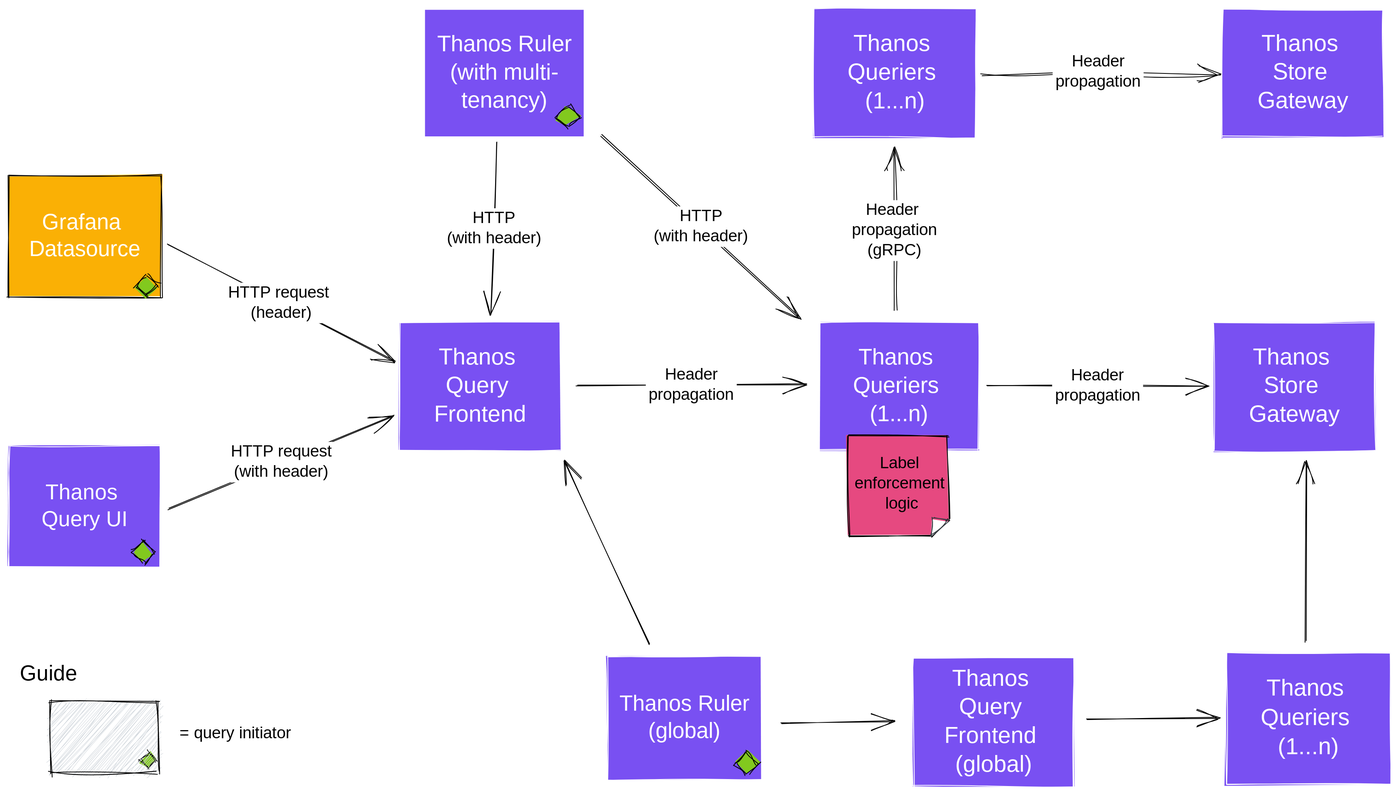
Above: docs/img/query-path-tenancy-proposal-diagram.svg in thanos-io/thanos (Excalidraw), before the change. Source tidied: one line per element, renumbered; positions are measured from the earlier drawing's top-left corner, leaving out a move shared by most shapes.
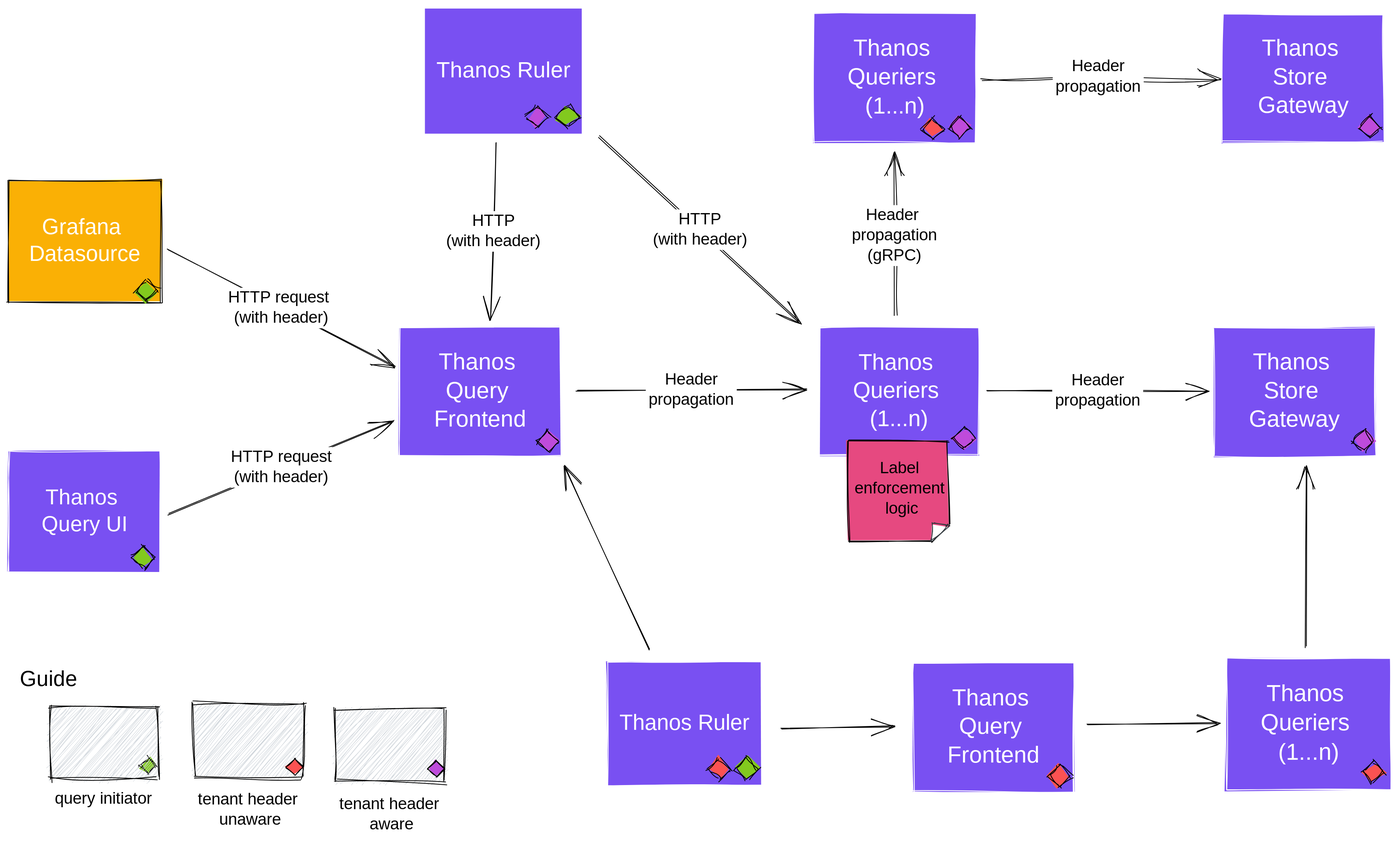
After the change.

Change to the diagram source:
```diff
@@ -9,45 +9,61 @@
 {"id": 8, "type": "rectangle", "strokeColor": "#fff", "backgroundColor": "#7950f2", "fillStyle": "solid", "strokeWidth": 1, "roughness": 1, "x": 1487, "y": 387, "width": 199, "height": 159}
 {"id": 9, "type": "text", "text": "Thanos \nStore \nGateway", "strokeColor": "#fff", "strokeWidth": 1, "roughness": 1, "fontSize": 28.22, "fontFamily": 1, "textAlign": "center", "verticalAlign": "middle", "inside": 8, "x": 1525, "y": 414, "width": 122, "height": 106}
 {"id": 10, "type": "arrow", "strokeColor": "#000000", "strokeWidth": 1, "roughness": 1, "endArrowhead": "arrow", "round": true, "from": 2, "to": 6, "x": 196, "y": 292, "width": 280, "height": 144, "points": [[0, 0], [280, 144]]}
-{"id": 11, "type": "text", "text": "HTTP request \n(header)", "strokeColor": "#000000", "strokeWidth": 1, "roughness": 1, "fontSize": 20, "fontFamily": 1, "textAlign": "center", "verticalAlign": "middle", "inside": 10, "x": 261, "y": 339, "width": 151, "height": 50}
+{"id": 11, "type": "text", "text": "HTTP request \n(with header)", "strokeColor": "#000000", "strokeWidth": 1, "roughness": 1, "fontSize": 20, "fontFamily": 1, "textAlign": "center", "verticalAlign": "middle", "inside": 10, "x": 261, "y": 339, "width": 151, "height": 50}
 {"id": 12, "type": "arrow", "strokeColor": "#000000", "strokeWidth": 1, "roughness": 1, "endArrowhead": "arrow", "round": true, "from": 4, "to": 6, "x": 198, "y": 618, "width": 278, "height": 116, "points": [[0, 0], [278, -116]]}
 {"id": 13, "type": "text", "text": "HTTP request\n(with header)", "strokeColor": "#000000", "strokeWidth": 1, "roughness": 1, "fontSize": 20, "fontFamily": 1, "textAlign": "center", "verticalAlign": "middle", "inside": 12, "x": 266, "y": 535, "width": 141, "height": 50}
-{"id": 14, "type": "rectangle", "strokeColor": "#fff", "backgroundColor": "#7950f2", "fillStyle": "solid", "strokeWidth": 1, "roughness": 0, "x": 514, "y": 2, "width": 197, "height": 157}
-{"id": 15, "type": "text", "text": "Thanos Ruler\n(with multi-\ntenancy)", "strokeColor": "#fff", "strokeWidth": 1, "roughness": 1, "fontSize": 27.87, "fontFamily": 1, "textAlign": "center", "verticalAlign": "middle", "inside": 14, "x": 521, "y": 28, "width": 182, "height": 105}
-{"id": 16, "type": "arrow", "strokeColor": "#000000", "backgroundColor": "#7950f2", "fillStyle": "hachure", "strokeWidth": 1, "roughness": 1, "endArrowhead": "arrow", "round": true, "from": 14, "to": 0, "x": 732, "y": 157, "width": 246, "height": 226, "points": [[0, 0], [246, 226]]}
+{"id": 16, "type": "arrow", "strokeColor": "#000000", "backgroundColor": "#7950f2", "fillStyle": "hachure", "strokeWidth": 1, "roughness": 1, "endArrowhead": "arrow", "round": true, "from": 14, "to": 0, "x": 729, "y": 152, "width": 249, "height": 230, "points": [[0, 0], [249, 230]]}
-{"id": 17, "type": "text", "text": "HTTP\n(with header)", "strokeColor": "#000000", "strokeWidth": 1, "roughness": 1, "fontSize": 20, "fontFamily": 1, "textAlign": "center", "verticalAlign": "middle", "inside": 16, "x": 920, "y": 249, "width": 128, "height": 50}
+{"id": 17, "type": "text", "text": "HTTP\n(with header)", "strokeColor": "#000000", "strokeWidth": 1, "roughness": 1, "fontSize": 20, "fontFamily": 1, "textAlign": "center", "verticalAlign": "middle", "inside": 16, "x": 790, "y": 245, "width": 128, "height": 50}
-{"id": 18, "type": "rectangle", "strokeColor": "#fff", "backgroundColor": "#7950f2", "fillStyle": "solid", "strokeWidth": 1, "roughness": 1, "x": 1116, "y": 802, "width": 199, "height": 159}
+{"id": 18, "type": "rectangle", "strokeColor": "#fff", "backgroundColor": "#7950f2", "fillStyle": "solid", "strokeWidth": 1, "roughness": 1, "x": 1116, "y": 801, "width": 199, "height": 159}
-{"id": 19, "type": "text", "text": "Thanos \nQuery \nFrontend \n(global)", "strokeColor": "#fff", "strokeWidth": 1, "roughness": 1, "fontSize": 28.25, "fontFamily": 1, "textAlign": "center", "verticalAlign": "middle", "inside": 18, "x": 1149, "y": 810, "width": 132, "height": 141}
+{"id": 19, "type": "text", "text": "Thanos \nQuery \nFrontend", "strokeColor": "#fff", "strokeWidth": 1, "roughness": 1, "fontSize": 28.25, "fontFamily": 1, "textAlign": "center", "verticalAlign": "middle", "inside": 18, "x": 1156, "y": 828, "width": 118, "height": 106}
 {"id": 20, "type": "rectangle", "strokeColor": "#fff", "backgroundColor": "#7950f2", "fillStyle": "solid", "strokeWidth": 1, "roughness": 1, "x": 739, "y": 800, "width": 191, "height": 152}
-{"id": 21, "type": "text", "text": "Thanos Ruler\n(global)", "strokeColor": "#fff", "strokeWidth": 1, "roughness": 1, "fontSize": 26.96, "fontFamily": 1, "textAlign": "center", "verticalAlign": "middle", "inside": 20, "x": 746, "y": 842, "width": 176, "height": 67}
+{"id": 21, "type": "text", "text": "Thanos Ruler", "strokeColor": "#fff", "strokeWidth": 1, "roughness": 1, "fontSize": 26.96, "fontFamily": 1, "textAlign": "center", "verticalAlign": "middle", "inside": 20, "x": 746, "y": 859, "width": 176, "height": 34}
 {"id": 22, "type": "arrow", "strokeColor": "#000000", "backgroundColor": "#7950f2", "fillStyle": "solid", "strokeWidth": 1, "roughness": 1, "endArrowhead": "arrow", "round": true, "from": 20, "to": 18, "x": 953, "y": 883, "width": 140, "height": 4, "points": [[0, 0], [140, -4]]}
-{"id": 23, "type": "arrow", "strokeColor": "#000000", "backgroundColor": "#fab005", "fillStyle": "solid", "strokeWidth": 1, "roughness": 1, "endArrowhead": "arrow", "round": true, "from": 18, "to": 24, "x": 1330, "y": 877, "width": 163, "height": 2, "points": [[0, 0], [163, -2]]}
+{"id": 23, "type": "arrow", "strokeColor": "#000000", "backgroundColor": "#fab005", "fillStyle": "solid", "strokeWidth": 1, "roughness": 1, "endArrowhead": "arrow", "round": true, "from": 18, "to": 24, "x": 1330, "y": 877, "width": 162, "height": 2, "points": [[0, 0], [162, -2]]}
 {"id": 24, "type": "rectangle", "strokeColor": "#fff", "backgroundColor": "#7950f2", "fillStyle": "solid", "strokeWidth": 1, "roughness": 1, "x": 1502, "y": 795, "width": 203, "height": 162}
 {"id": 25, "type": "text", "text": "Thanos \nQueriers \n(1...n)", "strokeColor": "#fff", "strokeWidth": 1, "roughness": 1, "fontSize": 28.85, "fontFamily": 1, "textAlign": "center", "verticalAlign": "middle", "inside": 24, "x": 1539, "y": 822, "width": 129, "height": 108}
 {"id": 26, "type": "arrow", "strokeColor": "#000000", "strokeWidth": 1, "roughness": 1, "endArrowhead": "arrow", "round": true, "from": 24, "to": 8, "x": 1601, "y": 781, "width": 0, "height": 222, "points": [[0, 0], [0, -222]]}
-{"id": 27, "type": "rectangle", "strokeColor": "#fff", "backgroundColor": "#7950f2", "fillStyle": "solid", "strokeWidth": 1, "roughness": 1, "x": 993, "y": 0, "width": 201, "height": 160}
-{"id": 28, "type": "text", "text": "Thanos \nQueriers \n(1...n)", "strokeColor": "#fff", "strokeWidth": 1, "roughness": 1, "fontSize": 28.47, "fontFamily": 1, "textAlign": "center", "verticalAlign": "middle", "inside": 27, "x": 1030, "y": 27, "width": 128, "height": 107}
 {"id": 29, "type": "arrow", "strokeColor": "#000000", "backgroundColor": "#7950f2", "fillStyle": "solid", "strokeWidth": 1, "roughness": 1, "endArrowhead": "arrow", "round": true, "from": 6, "to": 0, "x": 701, "y": 466, "width": 284, "height": 3, "points": [[0, 0], [284, -3]]}
-{"id": 30, "type": "text", "text": "Header\npropagation", "strokeColor": "#000000", "backgroundColor": "#7950f2", "fillStyle": "solid", "strokeWidth": 1, "roughness": 1, "fontSize": 20, "fontFamily": 1, "textAlign": "center", "verticalAlign": "middle", "inside": 29, "x": 786, "y": 442, "width": 112, "height": 50}
+{"id": 30, "type": "text", "text": "Header\npropagation", "strokeColor": "#000000", "backgroundColor": "#7950f2", "fillStyle": "solid", "strokeWidth": 1, "roughness": 1, "fontSize": 20, "fontFamily": 1, "textAlign": "center", "verticalAlign": "middle", "inside": 29, "x": 786, "y": 440, "width": 112, "height": 50}
 {"id": 31, "type": "arrow", "strokeColor": "#000000", "strokeWidth": 1, "roughness": 1, "endArrowhead": "arrow", "from": 0, "to": 8, "x": 1207, "y": 465, "width": 273, "height": 1, "points": [[0, 0], [273, 1]]}
-{"id": 32, "type": "text", "text": "Header\npropagation", "strokeColor": "#000000", "strokeWidth": 1, "roughness": 1, "fontSize": 20, "fontFamily": 1, "textAlign": "center", "verticalAlign": "middle", "inside": 31, "x": 1287, "y": 442, "width": 112, "height": 50}
+{"id": 32, "type": "text", "text": "Header\npropagation", "strokeColor": "#000000", "strokeWidth": 1, "roughness": 1, "fontSize": 20, "fontFamily": 1, "textAlign": "center", "verticalAlign": "middle", "inside": 31, "x": 1288, "y": 441, "width": 112, "height": 50}
 {"id": 33, "type": "line", "strokeColor": "#000000", "backgroundColor": "#e64980", "fillStyle": "solid", "strokeWidth": 1, "roughness": 1, "x": 1035, "y": 528, "width": 126, "height": 124, "points": [[0, 0], [123, 0], [126, 104], [105, 123], [1, 124], [0, 0]]}
 {"id": 34, "type": "line", "strokeColor": "#343a40", "backgroundColor": "white", "fillStyle": "solid", "strokeWidth": 1, "roughness": 1, "x": 1160, "y": 632, "width": 21, "height": 23, "points": [[0, 0], [-20, -3], [-21, 20], [0, 0]]}
 {"id": 35, "type": "text", "text": "Label \nenforcement \nlogic", "strokeColor": "#000000", "strokeWidth": 1, "roughness": 1, "fontSize": 20, "fontFamily": 1, "textAlign": "center", "x": 1040, "y": 549, "width": 125, "height": 75}
-{"id": 36, "type": "arrow", "strokeColor": "#000000", "backgroundColor": "#fab005", "fillStyle": "solid", "strokeWidth": 1, "roughness": 1, "endArrowhead": "arrow", "from": 14, "to": 6, "x": 602, "y": 166, "width": 6, "height": 212, "points": [[0, 0], [-6, 212]]}
+{"id": 36, "type": "arrow", "strokeColor": "#000000", "backgroundColor": "#fab005", "fillStyle": "solid", "strokeWidth": 1, "roughness": 1, "endArrowhead": "arrow", "from": 14, "to": 6, "x": 602, "y": 161, "width": 6, "height": 217, "points": [[0, 0], [-6, 217]]}
-{"id": 37, "type": "text", "text": "HTTP\n(with header)", "strokeColor": "#000000", "backgroundColor": "#fab005", "fillStyle": "solid", "strokeWidth": 1, "roughness": 1, "fontSize": 20, "fontFamily": 1, "textAlign": "center", "verticalAlign": "middle", "inside": 36, "x": 647, "y": 247, "width": 128, "height": 50}
+{"id": 37, "type": "text", "text": "HTTP\n(with header)", "strokeColor": "#000000", "backgroundColor": "#fab005", "fillStyle": "solid", "strokeWidth": 1, "roughness": 1, "fontSize": 20, "fontFamily": 1, "textAlign": "center", "verticalAlign": "middle", "inside": 36, "x": 535, "y": 244, "width": 128, "height": 50}
 {"id": 38, "type": "arrow", "strokeColor": "#000000", "backgroundColor": "#fab005", "fillStyle": "solid", "strokeWidth": 1, "roughness": 1, "endArrowhead": "arrow", "from": 20, "to": 6, "x": 791, "y": 785, "width": 104, "height": 225, "points": [[0, 0], [-104, -225]]}
-{"id": 39, "type": "diamond", "strokeColor": "#000000", "backgroundColor": "#82c91e", "fillStyle": "solid", "strokeWidth": 1, "roughness": 2, "x": 676, "y": 121, "width": 27, "height": 26}
 {"id": 40, "type": "diamond", "strokeColor": "#000000", "backgroundColor": "#82c91e", "fillStyle": "solid", "strokeWidth": 1, "roughness": 2, "x": 157, "y": 329, "width": 27, "height": 26}
 {"id": 41, "type": "diamond", "strokeColor": "#000000", "backgroundColor": "#82c91e", "fillStyle": "solid", "strokeWidth": 1, "roughness": 2, "x": 153, "y": 658, "width": 27, "height": 26}
 {"id": 42, "type": "diamond", "strokeColor": "#000000", "backgroundColor": "#82c91e", "fillStyle": "solid", "strokeWidth": 1, "roughness": 2, "x": 897, "y": 918, "width": 27, "height": 26}
 {"id": 43, "type": "arrow", "strokeColor": "#000000", "backgroundColor": "#82c91e", "fillStyle": "solid", "strokeWidth": 1, "roughness": 2, "endArrowhead": "arrow", "from": 0, "to": 27, "x": 1094, "y": 374, "width": 2, "height": 199, "points": [[0, 0], [-2, -199]]}
-{"id": 44, "type": "text", "text": "Header \npropagation\n(gRPC)", "strokeColor": "#000000", "backgroundColor": "#82c91e", "fillStyle": "solid", "strokeWidth": 1, "roughness": 2, "fontSize": 20, "fontFamily": 1, "textAlign": "center", "verticalAlign": "middle", "inside": 43, "x": 1173, "y": 240, "width": 112, "height": 75}
+{"id": 44, "type": "text", "text": "Header \npropagation\n(gRPC)", "strokeColor": "#000000", "backgroundColor": "#82c91e", "fillStyle": "solid", "strokeWidth": 1, "roughness": 2, "fontSize": 20, "fontFamily": 1, "textAlign": "center", "verticalAlign": "middle", "inside": 43, "x": 1037, "y": 237, "width": 112, "height": 75}
 {"id": 45, "type": "diamond", "strokeColor": "#000000", "backgroundColor": "#82c91e", "fillStyle": "solid", "strokeWidth": 1, "roughness": 2, "x": 162, "y": 918, "width": 20, "height": 20}
 {"id": 46, "type": "rectangle", "strokeColor": "#000000", "backgroundColor": "#ced4da", "fillStyle": "hachure", "strokeWidth": 1, "roughness": 2, "x": 51, "y": 855, "width": 135, "height": 90}
-{"id": 47, "type": "text", "text": "= query initiator", "strokeColor": "#000000", "backgroundColor": "#ced4da", "fillStyle": "hachure", "strokeWidth": 1, "roughness": 2, "fontSize": 20, "fontFamily": 1, "textAlign": "center", "x": 199, "y": 883, "width": 162, "height": 25}
+{"id": 47, "type": "text", "text": "query initiator", "strokeColor": "#000000", "backgroundColor": "#ced4da", "fillStyle": "hachure", "strokeWidth": 1, "roughness": 2, "fontSize": 20, "fontFamily": 1, "textAlign": "center", "x": 48, "y": 957, "width": 139, "height": 25}
 {"id": 48, "type": "rectangle", "strokeColor": "#fff", "backgroundColor": "#7950f2", "fillStyle": "solid", "strokeWidth": 1, "roughness": 1, "x": 1498, "y": 1, "width": 199, "height": 159}
 {"id": 49, "type": "text", "text": "Thanos \nStore \nGateway", "strokeColor": "#fff", "strokeWidth": 1, "roughness": 1, "fontSize": 28.22, "fontFamily": 1, "textAlign": "center", "verticalAlign": "middle", "inside": 48, "x": 1536, "y": 27, "width": 122, "height": 106}
 {"id": 50, "type": "arrow", "strokeColor": "#000000", "backgroundColor": "#ced4da", "fillStyle": "hachure", "strokeWidth": 1, "roughness": 2, "endArrowhead": "arrow", "from": 27, "to": 48, "x": 1200, "y": 84, "width": 294, "height": 6, "points": [[0, 0], [144, -5], [294, 1]]}
-{"id": 51, "type": "text", "text": "Header\npropagation", "strokeColor": "#000000", "backgroundColor": "#ced4da", "fillStyle": "hachure", "strokeWidth": 1, "roughness": 2, "fontSize": 20, "fontFamily": 1, "textAlign": "center", "verticalAlign": "middle", "inside": 50, "x": 1344, "y": 60, "width": 112, "height": 50}
+{"id": 51, "type": "text", "text": "Header\npropagation", "strokeColor": "#000000", "backgroundColor": "#ced4da", "fillStyle": "hachure", "strokeWidth": 1, "roughness": 2, "fontSize": 20, "fontFamily": 1, "textAlign": "center", "verticalAlign": "middle", "inside": 50, "x": 1288, "y": 54, "width": 112, "height": 50}
 {"id": 52, "type": "text", "text": "Guide", "strokeColor": "#000000", "backgroundColor": "#ced4da", "fillStyle": "hachure", "strokeWidth": 1, "roughness": 2, "fontSize": 26.58, "fontFamily": 1, "textAlign": "center", "x": 14, "y": 805, "width": 72, "height": 33}
+{"id": 53, "type": "diamond", "strokeColor": "#000000", "backgroundColor": "#fa5252", "fillStyle": "solid", "strokeWidth": 1, "roughness": 2, "x": 863, "y": 918, "width": 27, "height": 26}
+{"id": 54, "type": "diamond", "strokeColor": "#000000", "backgroundColor": "#fa5252", "fillStyle": "solid", "strokeWidth": 1, "roughness": 2, "x": 1283, "y": 927, "width": 27, "height": 26}
+{"id": 55, "type": "diamond", "strokeColor": "#000000", "backgroundColor": "#fa5252", "fillStyle": "solid", "strokeWidth": 1, "roughness": 2, "x": 1669, "y": 922, "width": 27, "height": 26}
+{"id": 14, "type": "rectangle", "strokeColor": "#fff", "backgroundColor": "#7950f2", "fillStyle": "solid", "strokeWidth": 1, "roughness": 0, "x": 513, "y": -6, "width": 194, "height": 155}
+{"id": 15, "type": "text", "text": "Thanos Ruler", "strokeColor": "#fff", "strokeWidth": 1, "roughness": 1, "fontSize": 27.52, "fontFamily": 1, "textAlign": "center", "verticalAlign": "middle", "inside": 14, "x": 521, "y": 55, "width": 179, "height": 34}
+{"id": 39, "type": "diamond", "strokeColor": "#000000", "backgroundColor": "#82c91e", "fillStyle": "solid", "strokeWidth": 1, "roughness": 2, "x": 676, "y": 115, "width": 27, "height": 26}
+{"id": 56, "type": "diamond", "strokeColor": "#000000", "backgroundColor": "#be4bdb", "fillStyle": "solid", "strokeWidth": 1, "roughness": 2, "x": 639, "y": 114, "width": 27, "height": 26}
+{"id": 57, "type": "diamond", "strokeColor": "#000000", "backgroundColor": "#be4bdb", "fillStyle": "solid", "strokeWidth": 1, "roughness": 2, "x": 652, "y": 515, "width": 27, "height": 26}
+{"id": 58, "type": "diamond", "strokeColor": "#000000", "backgroundColor": "#be4bdb", "fillStyle": "solid", "strokeWidth": 1, "roughness": 2, "x": 1165, "y": 510, "width": 27, "height": 26}
+{"id": 59, "type": "diamond", "strokeColor": "#000000", "backgroundColor": "#be4bdb", "fillStyle": "solid", "strokeWidth": 1, "roughness": 2, "x": 1665, "y": 127, "width": 27, "height": 26}
+{"id": 60, "type": "diamond", "strokeColor": "#000000", "backgroundColor": "#be4bdb", "fillStyle": "solid", "strokeWidth": 1, "roughness": 2, "x": 1657, "y": 514, "width": 27, "height": 26}
+{"id": 61, "type": "rectangle", "strokeColor": "#000000", "backgroundColor": "#ced4da", "fillStyle": "hachure", "strokeWidth": 1, "roughness": 2, "x": 229, "y": 852, "width": 135, "height": 90}
+{"id": 62, "type": "diamond", "strokeColor": "#000000", "backgroundColor": "#fa5252", "fillStyle": "solid", "strokeWidth": 1, "roughness": 1, "x": 343, "y": 920, "width": 20, "height": 20}
+{"id": 63, "type": "text", "text": "tenant header \nunaware", "strokeColor": "#000000", "backgroundColor": "#ced4da", "fillStyle": "hachure", "strokeWidth": 1, "roughness": 2, "fontSize": 20, "fontFamily": 1, "textAlign": "center", "x": 223, "y": 957, "width": 151, "height": 50}
+{"id": 64, "type": "rectangle", "strokeColor": "#000000", "backgroundColor": "#ced4da", "fillStyle": "hachure", "strokeWidth": 1, "roughness": 2, "x": 403, "y": 858, "width": 135, "height": 90}
+{"id": 65, "type": "diamond", "strokeColor": "#000000", "backgroundColor": "#be4bdb", "fillStyle": "solid", "strokeWidth": 1, "roughness": 1, "x": 517, "y": 922, "width": 20, "height": 20}
+{"id": 66, "type": "text", "text": "tenant header \naware", "strokeColor": "#000000", "backgroundColor": "#ced4da", "fillStyle": "hachure", "strokeWidth": 1, "roughness": 2, "fontSize": 20, "fontFamily": 1, "textAlign": "center", "x": 398, "y": 963, "width": 151, "height": 50}
+{"id": 27, "type": "rectangle", "strokeColor": "#fff", "backgroundColor": "#7950f2", "fillStyle": "solid", "strokeWidth": 1, "roughness": 1, "x": 993, "y": 0, "width": 201, "height": 160}
+{"id": 28, "type": "text", "text": "Thanos \nQueriers \n(1...n)", "strokeColor": "#fff", "strokeWidth": 1, "roughness": 1, "fontSize": 28.47, "fontFamily": 1, "textAlign": "center", "verticalAlign": "middle", "inside": 27, "x": 1030, "y": 27, "width": 128, "height": 107}
+{"id": 67, "type": "diamond", "strokeColor": "#000000", "backgroundColor": "#be4bdb", "fillStyle": "solid", "strokeWidth": 1, "roughness": 2, "x": 1160, "y": 128, "width": 27, "height": 26}
+{"id": 68, "type": "diamond", "strokeColor": "#000000", "backgroundColor": "#fa5252", "fillStyle": "solid", "strokeWidth": 1, "roughness": 2, "x": 1126, "y": 130, "width": 27, "height": 26}
```
